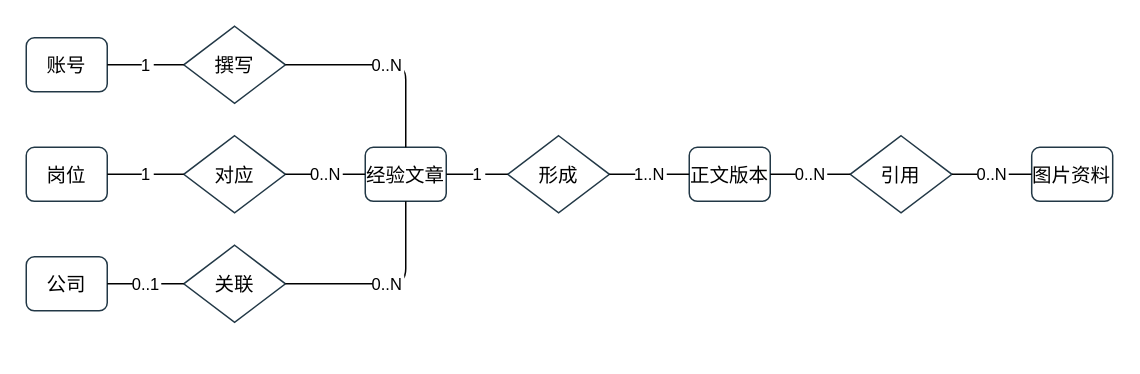
This is page "ER02 数据模型 经验文章与正文" (2 of 29) of docs/project/models/图表与模型/需求分析模型G04.drawio from jason-bitc/HZCU-CampusHub, a draw.io file, before an edit. Source tidied: cells renumbered, new cells numbered last; positions are measured from the earlier drawing's top-left corner, leaving out a move shared by most shapes. Both pictures are drawn from the tidied source at 150%, with x=0, y=0 at pixel (26, 26).
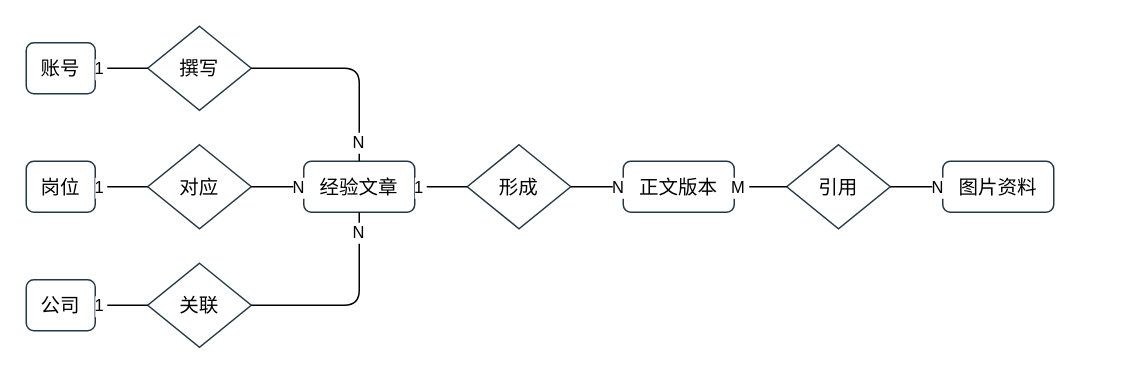
Above is the later version.

Change to the diagram source:
```diff
@@
     <mxCell id="2" value="账号" style="rounded=1;whiteSpace=wrap;html=0;fontFamily=Microsoft YaHei;fontSize=13;fillColor=#FFFFFF;strokeColor=#223846;" parent="1" vertex="1">
-      <mxGeometry y="7.7" width="54" height="36" as="geometry" />
+      <mxGeometry y="11" width="46" height="34" as="geometry" />
     </mxCell>
     <mxCell id="3" value="经验文章" style="rounded=1;whiteSpace=wrap;html=0;fontFamily=Microsoft YaHei;fontSize=13;fillColor=#FFFFFF;strokeColor=#223846;" parent="1" vertex="1">
-      <mxGeometry x="226" y="80.7" width="54" height="36" as="geometry" />
+      <mxGeometry x="185" y="90" width="74" height="34" as="geometry" />
     </mxCell>
     <mxCell id="4" value="正文版本" style="rounded=1;whiteSpace=wrap;html=0;fontFamily=Microsoft YaHei;fontSize=13;fillColor=#FFFFFF;strokeColor=#223846;" parent="1" vertex="1">
-      <mxGeometry x="442" y="80.7" width="54" height="36" as="geometry" />
+      <mxGeometry x="398" y="90" width="74" height="34" as="geometry" />
     </mxCell>
     <mxCell id="5" value="图片资料" style="rounded=1;whiteSpace=wrap;html=0;fontFamily=Microsoft YaHei;fontSize=13;fillColor=#FFFFFF;strokeColor=#223846;" parent="1" vertex="1">
-      <mxGeometry x="670.3" y="80.7" width="54" height="36" as="geometry" />
+      <mxGeometry x="611" y="90" width="74" height="34" as="geometry" />
     </mxCell>
     <mxCell id="6" value="岗位" style="rounded=1;whiteSpace=wrap;html=0;fontFamily=Microsoft YaHei;fontSize=13;fillColor=#FFFFFF;strokeColor=#223846;" parent="1" vertex="1">
-      <mxGeometry y="80.7" width="54" height="36" as="geometry" />
+      <mxGeometry y="90" width="46" height="34" as="geometry" />
     </mxCell>
     <mxCell id="7" value="公司" style="rounded=1;whiteSpace=wrap;html=0;fontFamily=Microsoft YaHei;fontSize=13;fillColor=#FFFFFF;strokeColor=#223846;" parent="1" vertex="1">
-      <mxGeometry y="153.7" width="54" height="36" as="geometry" />
+      <mxGeometry y="169" width="46" height="34" as="geometry" />
     </mxCell>
     <mxCell id="8" value="撰写" style="rhombus;whiteSpace=wrap;html=0;fontFamily=Microsoft YaHei;fontSize=13;fillColor=#FFFFFF;strokeColor=#223846;" parent="1" vertex="1">
-      <mxGeometry x="105" width="67.8" height="51.4" as="geometry" />
+      <mxGeometry x="81" width="69" height="56" as="geometry" />
     </mxCell>
     <mxCell id="9" value="形成" style="rhombus;whiteSpace=wrap;html=0;fontFamily=Microsoft YaHei;fontSize=13;fillColor=#FFFFFF;strokeColor=#223846;" parent="1" vertex="1">
-      <mxGeometry x="321" y="73" width="67.8" height="51.4" as="geometry" />
+      <mxGeometry x="294" y="79" width="69" height="56" as="geometry" />
     </mxCell>
     <mxCell id="10" value="对应" style="rhombus;whiteSpace=wrap;html=0;fontFamily=Microsoft YaHei;fontSize=13;fillColor=#FFFFFF;strokeColor=#223846;" parent="1" vertex="1">
-      <mxGeometry x="105" y="73" width="67.8" height="51.4" as="geometry" />
+      <mxGeometry x="81" y="79" width="69" height="56" as="geometry" />
     </mxCell>
     <mxCell id="11" value="关联" style="rhombus;whiteSpace=wrap;html=0;fontFamily=Microsoft YaHei;fontSize=13;fillColor=#FFFFFF;strokeColor=#223846;" parent="1" vertex="1">
-      <mxGeometry x="105" y="146" width="67.8" height="51.4" as="geometry" />
+      <mxGeometry x="81" y="158" width="69" height="56" as="geometry" />
     </mxCell>
     <mxCell id="12" value="引用" style="rhombus;whiteSpace=wrap;html=0;fontFamily=Microsoft YaHei;fontSize=13;fillColor=#FFFFFF;strokeColor=#223846;" parent="1" vertex="1">
-      <mxGeometry x="549.3" y="73" width="67.8" height="51.4" as="geometry" />
+      <mxGeometry x="507" y="79" width="69" height="56" as="geometry" />
     </mxCell>
     <mxCell id="13" value="1" style="edgeStyle=orthogonalEdgeStyle;html=0;fontFamily=Microsoft YaHei;fontSize=11;endArrow=none;" parent="1" edge="1" source="2" target="8">
-      <mxGeometry relative="1" as="geometry" />
+      <mxGeometry x="-0.8" relative="1" as="geometry" />
     </mxCell>
-    <mxCell id="14" value="0..N" style="edgeStyle=orthogonalEdgeStyle;html=0;fontFamily=Microsoft YaHei;fontSize=11;endArrow=none;" parent="1" edge="1" source="8" target="3">
-      <mxGeometry relative="1" as="geometry" />
+    <mxCell id="14" value="N" style="edgeStyle=orthogonalEdgeStyle;html=0;fontFamily=Microsoft YaHei;fontSize=11;endArrow=none;" parent="1" edge="1" source="8" target="3">
+      <mxGeometry x="0.8" relative="1" as="geometry" />
     </mxCell>
     <mxCell id="15" value="1" style="edgeStyle=orthogonalEdgeStyle;html=0;fontFamily=Microsoft YaHei;fontSize=11;endArrow=none;" parent="1" edge="1" source="3" target="9">
-      <mxGeometry relative="1" as="geometry" />
+      <mxGeometry x="-0.8" relative="1" as="geometry" />
     </mxCell>
-    <mxCell id="16" value="1..N" style="edgeStyle=orthogonalEdgeStyle;html=0;fontFamily=Microsoft YaHei;fontSize=11;endArrow=none;" parent="1" edge="1" source="9" target="4">
-      <mxGeometry relative="1" as="geometry" />
+    <mxCell id="16" value="N" style="edgeStyle=orthogonalEdgeStyle;html=0;fontFamily=Microsoft YaHei;fontSize=11;endArrow=none;" parent="1" edge="1" source="9" target="4">
+      <mxGeometry x="0.8" relative="1" as="geometry" />
     </mxCell>
     <mxCell id="17" value="1" style="edgeStyle=orthogonalEdgeStyle;html=0;fontFamily=Microsoft YaHei;fontSize=11;endArrow=none;" parent="1" edge="1" source="6" target="10">
-      <mxGeometry relative="1" as="geometry" />
+      <mxGeometry x="-0.8" relative="1" as="geometry" />
     </mxCell>
-    <mxCell id="18" value="0..N" style="edgeStyle=orthogonalEdgeStyle;html=0;fontFamily=Microsoft YaHei;fontSize=11;endArrow=none;" parent="1" edge="1" source="10" target="3">
-      <mxGeometry relative="1" as="geometry" />
+    <mxCell id="18" value="N" style="edgeStyle=orthogonalEdgeStyle;html=0;fontFamily=Microsoft YaHei;fontSize=11;endArrow=none;" parent="1" edge="1" source="10" target="3">
+      <mxGeometry x="0.8" relative="1" as="geometry" />
     </mxCell>
-    <mxCell id="19" value="0..1" style="edgeStyle=orthogonalEdgeStyle;html=0;fontFamily=Microsoft YaHei;fontSize=11;endArrow=none;" parent="1" edge="1" source="7" target="11">
-      <mxGeometry relative="1" as="geometry" />
+    <mxCell id="19" value="1" style="edgeStyle=orthogonalEdgeStyle;html=0;fontFamily=Microsoft YaHei;fontSize=11;endArrow=none;" parent="1" edge="1" source="7" target="11">
+      <mxGeometry x="-0.8" relative="1" as="geometry" />
     </mxCell>
-    <mxCell id="20" value="0..N" style="edgeStyle=orthogonalEdgeStyle;html=0;fontFamily=Microsoft YaHei;fontSize=11;endArrow=none;" parent="1" edge="1" source="11" target="3">
-      <mxGeometry relative="1" as="geometry" />
+    <mxCell id="20" value="N" style="edgeStyle=orthogonalEdgeStyle;html=0;fontFamily=Microsoft YaHei;fontSize=11;endArrow=none;" parent="1" edge="1" source="11" target="3">
+      <mxGeometry x="0.8" relative="1" as="geometry" />
     </mxCell>
-    <mxCell id="21" value="0..N" style="edgeStyle=orthogonalEdgeStyle;html=0;fontFamily=Microsoft YaHei;fontSize=11;endArrow=none;" parent="1" edge="1" source="4" target="12">
-      <mxGeometry relative="1" as="geometry" />
+    <mxCell id="21" value="M" style="edgeStyle=orthogonalEdgeStyle;html=0;fontFamily=Microsoft YaHei;fontSize=11;endArrow=none;" parent="1" edge="1" source="4" target="12">
+      <mxGeometry x="-0.8" relative="1" as="geometry" />
     </mxCell>
-    <mxCell id="22" value="0..N" style="edgeStyle=orthogonalEdgeStyle;html=0;fontFamily=Microsoft YaHei;fontSize=11;endArrow=none;" parent="1" edge="1" source="12" target="5">
-      <mxGeometry relative="1" as="geometry" />
+    <mxCell id="22" value="N" style="edgeStyle=orthogonalEdgeStyle;html=0;fontFamily=Microsoft YaHei;fontSize=11;endArrow=none;" parent="1" edge="1" source="12" target="5">
+      <mxGeometry x="0.8" relative="1" as="geometry" />
     </mxCell>
```
